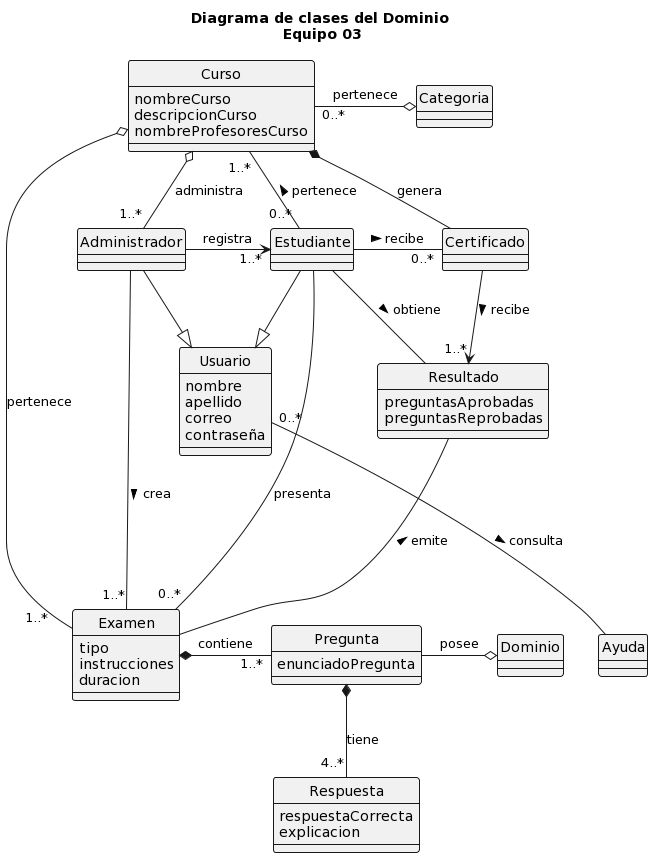
febres35/EdTech_IS keeps this PlantUML diagram as docs/scenariosView/diagramaClasesDominio/Diagrama de clases.png. Above is the earlier version.
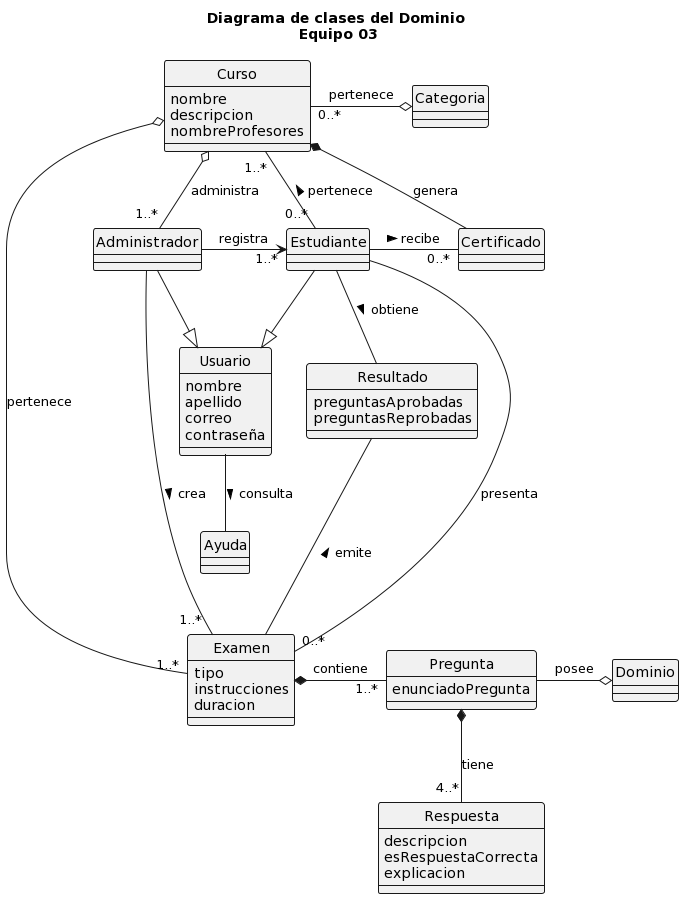
After the commit.

Commit message:
Cambios solicitados añadidos

Diff of the diagram source:
```diff
@@ -18,9 +18,9 @@
 class Ayuda
 
 class Curso{
-  nombreCurso
-  descripcionCurso
-  nombreProfesoresCurso
+  nombre
+  descripcion
+  nombreProfesores
 }
 class Categoria
 
@@ -41,24 +41,25 @@
 class Dominio
 
 class Respuesta{
-  respuestaCorrecta
+  descripcion
+  esRespuestaCorrecta
   explicacion
 }
 class Certificado{
 }
 
-Usuario <|-left- Administrador
+Usuario <|-up- Administrador
 Usuario <|-up- Estudiante
-Usuario "0..*"-down-- Ayuda: > consulta
+Usuario -down- Ayuda: > consulta
 
-Administrador -- "1..*"Examen: > crea
+Administrador -- "1..* "Examen: > crea
 Administrador -right-> "     1..*"Estudiante: registra
 Administrador "    1..*"-up-o Curso: administra
 
 Estudiante "0..*"-right-"    1..*"Curso: > pertenece
 Estudiante -right- "0..*"Examen: presenta
 Estudiante -right- "0..*"Certificado: > recibe
-Estudiante -right- Resultado: > obtiene
+Estudiante -- Resultado: > obtiene
 
 Examen *-right- "1..*"Pregunta: contiene
 Examen -up-- Resultado: > emite
@@ -67,8 +68,6 @@
 Pregunta -right-o Dominio: posee
 
 Curso "0..*" -right-o Categoria: pertenece
-Curso o----- "1..*    "Examen: pertenece
+Curso o----- "1..*"Examen: pertenece
 Curso *- Certificado: genera
-
-Certificado --> "1..*"Resultado: recibe >
 @enduml
```
